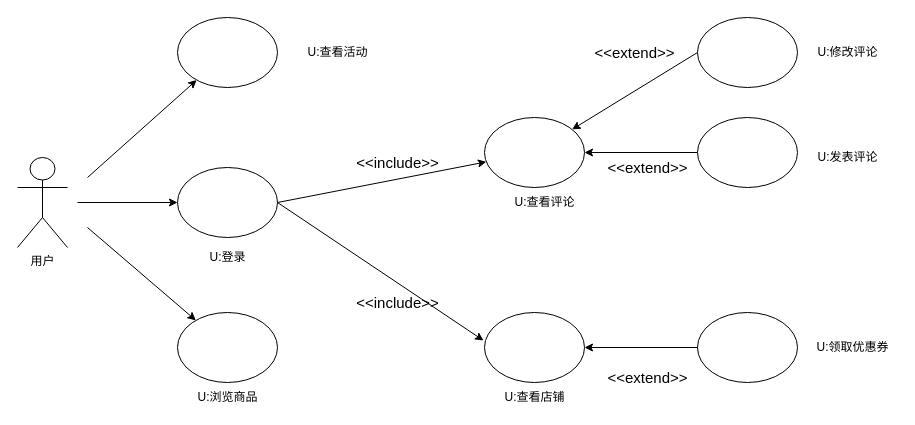
The draw.io diagram 软工导论小组作业/需求建模之用例模型（商品模块-用户）.drawio in app1echip/grams, before the edit. Source tidied: cells renumbered, new cells numbered last; positions are measured from the earlier drawing's top-left corner, leaving out a move shared by most shapes. Both pictures are drawn from the tidied source at 100%, with x=0, y=0 at pixel (17, 17).
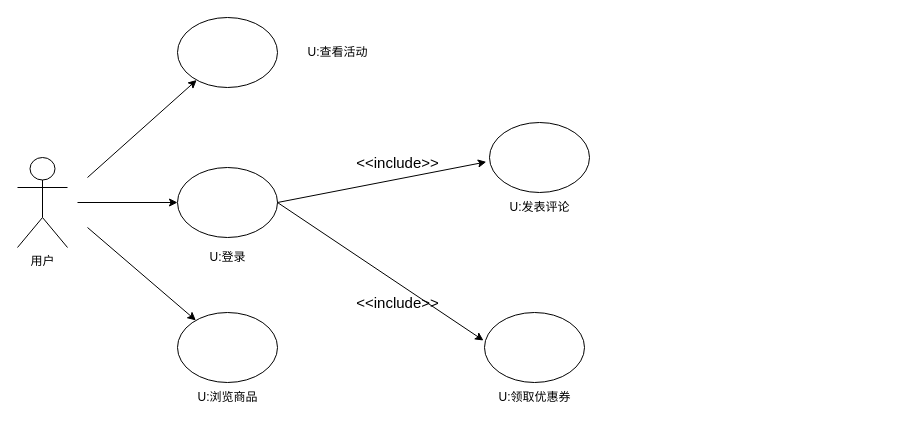
The same page after the edit.

Commit message:
Update 需求建模之用例模型（商品模块-用户）.drawio

Unchanged cells that the change refers to:
```xml
<mxCell id="4" style="ellipse;whiteSpace=wrap;html=1;" parent="1" vertex="1">
  <mxGeometry x="160" y="150" width="100" height="70" as="geometry" />
</mxCell>
```

What changed in the source:
```diff
@@
-    <mxCell id="6" style="edgeStyle=none;rounded=0;jettySize=auto;html=1;startArrow=classic;startFill=1;endArrow=none;endFill=0;" parent="1" edge="1" source="9">
+    <mxCell id="6" style="edgeStyle=none;rounded=0;orthogonalLoop=1;jettySize=auto;html=1;startArrow=classic;startFill=1;endArrow=none;endFill=0;" parent="1" edge="1">
       <mxGeometry relative="1" as="geometry">
+        <mxPoint x="468.8" y="144.4" as="sourcePoint" />
         <mxPoint x="260" y="185" as="targetPoint" />
       </mxGeometry>
     </mxCell>
-    <mxCell id="7" style="edgeStyle=none;rounded=0;jettySize=auto;html=1;entryX=0;entryY=0.5;entryDx=0;entryDy=0;startArrow=classic;startFill=1;endArrow=none;endFill=0;" parent="1" edge="1" source="9" target="11">
-      <mxGeometry relative="1" as="geometry" />
-    </mxCell>
-    <mxCell id="8" style="edgeStyle=none;rounded=0;jettySize=auto;html=1;entryX=0;entryY=0.5;entryDx=0;entryDy=0;startArrow=classic;startFill=1;endArrow=none;endFill=0;" parent="1" edge="1" source="9" target="20">
-      <mxGeometry relative="1" as="geometry" />
+    <mxCell id="8" style="edgeStyle=none;rounded=0;jettySize=auto;html=1;entryX=0;entryY=0.5;entryDx=0;entryDy=0;startArrow=classic;startFill=1;endArrow=none;endFill=0;" parent="1" edge="1" target="20">
+      <mxGeometry relative="1" as="geometry">
+        <mxPoint x="567" y="135" as="sourcePoint" />
+      </mxGeometry>
     </mxCell>
-    <mxCell id="9" style="ellipse;whiteSpace=wrap;html=1;" parent="1" vertex="1">
-      <mxGeometry x="467" y="100" width="100" height="70" as="geometry" />
-    </mxCell>
     <mxCell id="10" style="ellipse;whiteSpace=wrap;html=1;" parent="1" vertex="1">
-      <mxGeometry x="680" y="295" width="100" height="70" as="geometry" />
+      <mxGeometry x="467" y="295" width="100" height="70" as="geometry" />
     </mxCell>
-    <mxCell id="11" style="ellipse;whiteSpace=wrap;html=1;" parent="1" vertex="1">
-      <mxGeometry x="680" width="100" height="70" as="geometry" />
-    </mxCell>
@@
-    <mxCell id="13" value="&lt;span&gt;U:&lt;/span&gt;&lt;span&gt;修改评论&lt;/span&gt;" style="text;html=1;align=center;verticalAlign=middle;" parent="1" vertex="1">
-      <mxGeometry x="790" y="25" width="80" height="20" as="geometry" />
-    </mxCell>
-    <mxCell id="14" value="&lt;span&gt;U:查看&lt;/span&gt;&lt;span&gt;评论&lt;/span&gt;" style="text;html=1;align=center;verticalAlign=middle;" parent="1" vertex="1">
-      <mxGeometry x="487" y="175" width="80" height="20" as="geometry" />
-    </mxCell>
     <mxCell id="15" value="&lt;span&gt;U:&lt;/span&gt;&lt;span&gt;领取优惠券&lt;/span&gt;" style="text;html=1;align=center;verticalAlign=middle;" parent="1" vertex="1">
-      <mxGeometry x="790" y="320" width="90" height="20" as="geometry" />
+      <mxGeometry x="472" y="370" width="90" height="20" as="geometry" />
     </mxCell>
-    <mxCell id="16" style="edgeStyle=none;rounded=0;jettySize=auto;html=1;entryX=1;entryY=0.5;entryDx=0;entryDy=0;startArrow=classic;startFill=1;endArrow=none;endFill=0;exitX=-0.01;exitY=0.4;exitDx=0;exitDy=0;exitPerimeter=0;" parent="1" edge="1" source="18" target="4">
-      <mxGeometry relative="1" as="geometry" />
+    <mxCell id="16" style="edgeStyle=none;rounded=0;jettySize=auto;html=1;entryX=1;entryY=0.5;entryDx=0;entryDy=0;startArrow=classic;startFill=1;endArrow=none;endFill=0;exitX=-0.01;exitY=0.4;exitDx=0;exitDy=0;exitPerimeter=0;" parent="1" edge="1" target="4">
+      <mxGeometry relative="1" as="geometry">
+        <mxPoint x="466" y="323" as="sourcePoint" />
+      </mxGeometry>
     </mxCell>
-    <mxCell id="17" style="edgeStyle=none;rounded=0;jettySize=auto;html=1;entryX=0;entryY=0.5;entryDx=0;entryDy=0;startArrow=classic;startFill=1;endArrow=none;endFill=0;" parent="1" edge="1" source="18" target="10">
-      <mxGeometry relative="1" as="geometry" />
-    </mxCell>
-    <mxCell id="18" style="ellipse;whiteSpace=wrap;html=1;" parent="1" vertex="1">
-      <mxGeometry x="467" y="295" width="100" height="70" as="geometry" />
-    </mxCell>
-    <mxCell id="19" value="&lt;span&gt;U:&lt;/span&gt;&lt;span&gt;查看店铺&lt;/span&gt;" style="text;html=1;align=center;verticalAlign=middle;" parent="1" vertex="1">
-      <mxGeometry x="477" y="370" width="80" height="20" as="geometry" />
-    </mxCell>
     <mxCell id="20" style="ellipse;whiteSpace=wrap;html=1;" parent="1" vertex="1">
-      <mxGeometry x="680" y="100" width="100" height="70" as="geometry" />
+      <mxGeometry x="472" y="105" width="100" height="70" as="geometry" />
     </mxCell>
     <mxCell id="21" value="&lt;span&gt;U:发表&lt;/span&gt;&lt;span&gt;评论&lt;/span&gt;" style="text;html=1;align=center;verticalAlign=middle;" parent="1" vertex="1">
-      <mxGeometry x="790" y="130" width="80" height="20" as="geometry" />
+      <mxGeometry x="482" y="180" width="80" height="20" as="geometry" />
     </mxCell>
-    <mxCell id="22" value="&lt;font style=&quot;font-size: 15px&quot;&gt;&amp;lt;&amp;lt;extend&amp;gt;&amp;gt;&lt;/font&gt;" style="text;html=1;align=center;verticalAlign=middle;" parent="1" vertex="1">
-      <mxGeometry x="567" y="25" width="100" height="20" as="geometry" />
-    </mxCell>
-    <mxCell id="23" value="&lt;font style=&quot;font-size: 15px&quot;&gt;&amp;lt;&amp;lt;extend&amp;gt;&amp;gt;&lt;/font&gt;" style="text;html=1;align=center;verticalAlign=middle;" parent="1" vertex="1">
-      <mxGeometry x="580" y="140" width="100" height="20" as="geometry" />
-    </mxCell>
@@
-    <mxCell id="25" value="&lt;font style=&quot;font-size: 15px&quot;&gt;&amp;lt;&amp;lt;extend&amp;gt;&amp;gt;&lt;/font&gt;" style="text;html=1;align=center;verticalAlign=middle;" parent="1" vertex="1">
-      <mxGeometry x="580" y="350" width="100" height="20" as="geometry" />
-    </mxCell>
```
